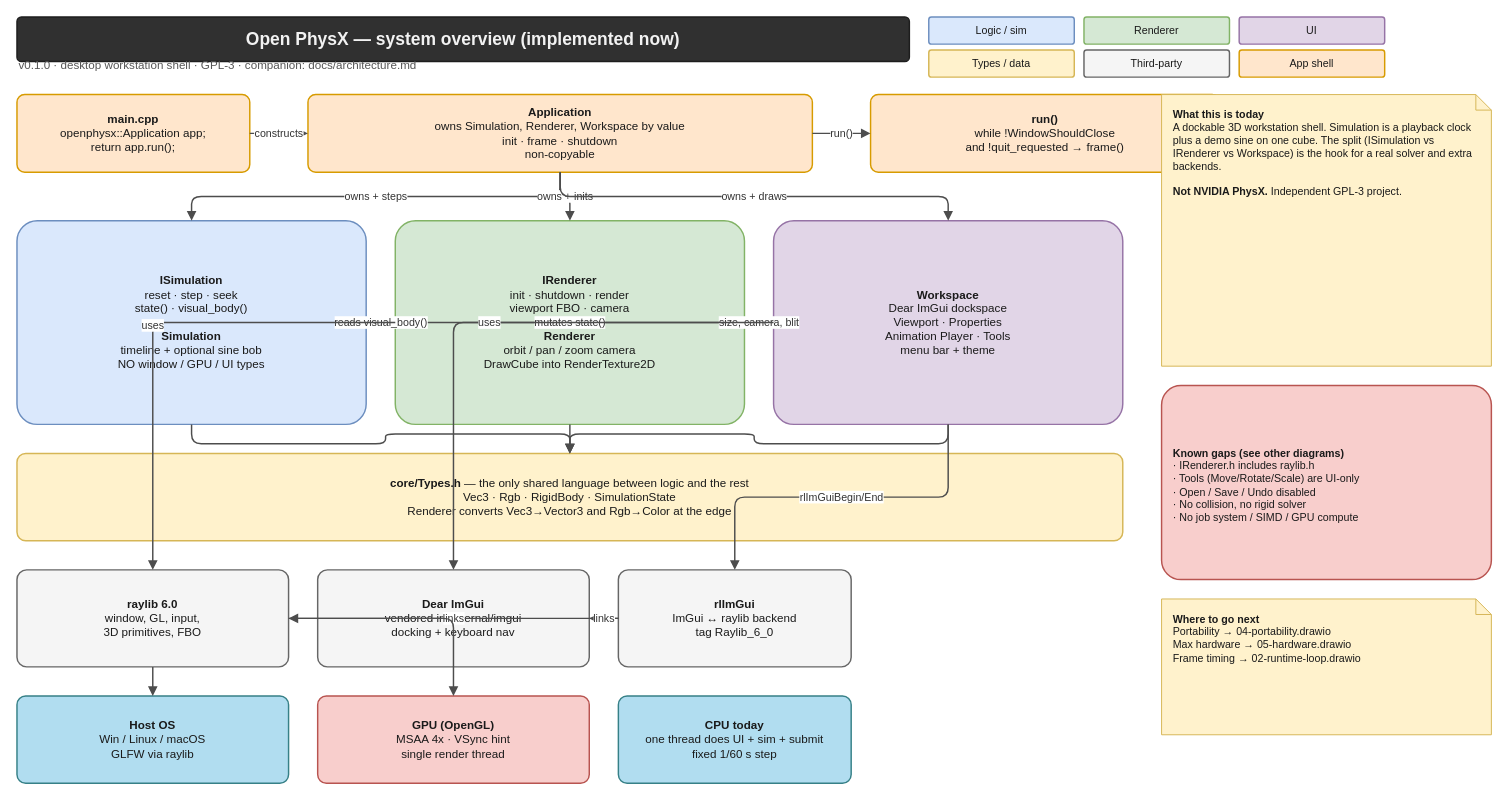
This is page "Overview" (1 of 3) of docs/diagrams/01-system-architecture.drawio from JCKawin/Open-PhysX, a draw.io file, before an edit. Source tidied: cells renumbered, new cells numbered last; positions are measured from the earlier drawing's top-left corner, leaving out a move shared by most shapes. Both pictures are drawn from the tidied source at 97%, with x=0, y=0 at pixel (16, 16).
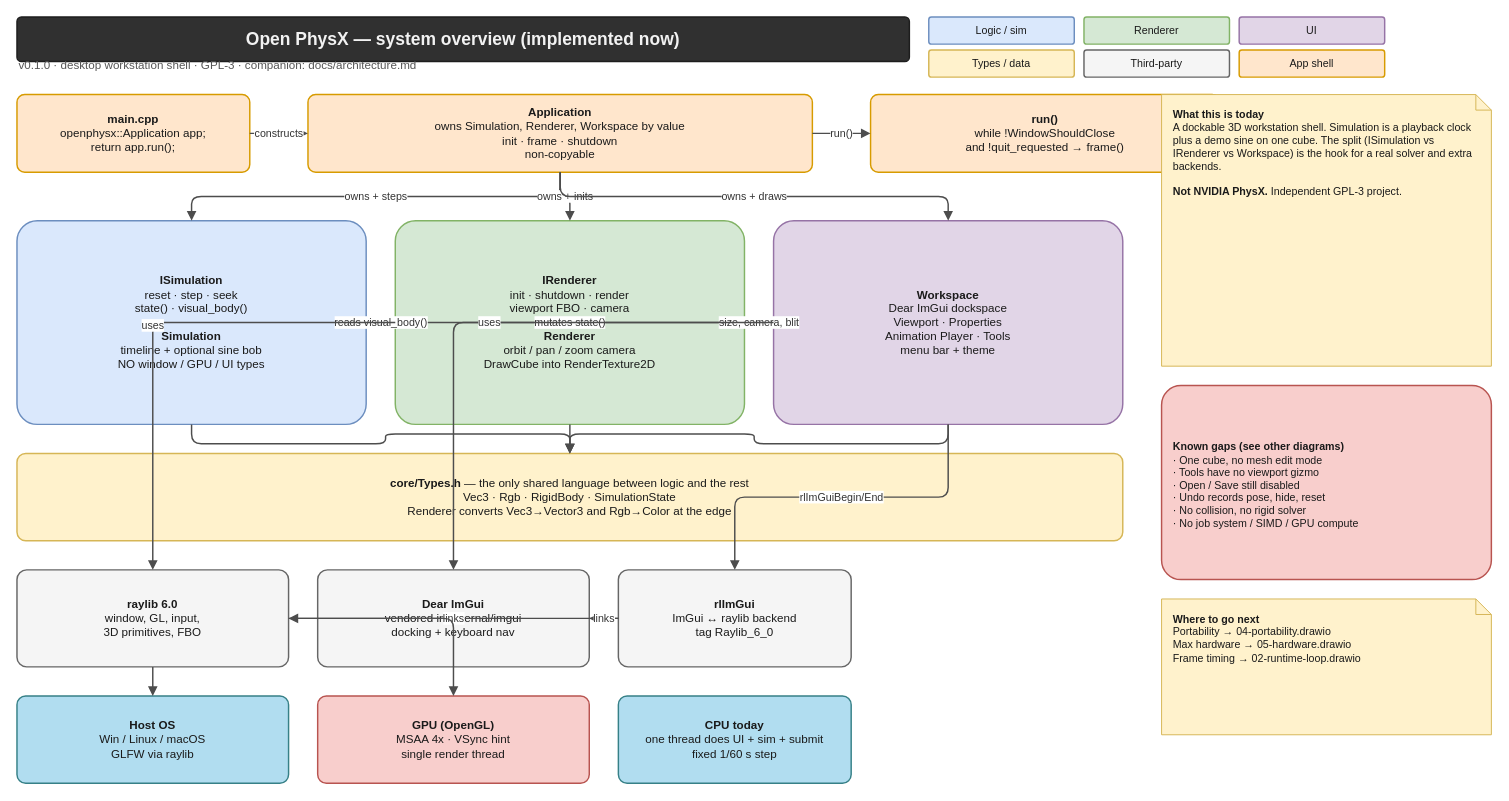
After the change.

The edit, as a diff of the source:
```diff
@@
-    <mxCell id="24" value="&lt;b&gt;Known gaps (see other diagrams)&lt;/b&gt;&lt;br&gt;· IRenderer.h includes raylib.h&lt;br&gt;· Tools (Move/Rotate/Scale) are UI-only&lt;br&gt;· Open / Save / Undo disabled&lt;br&gt;· No collision, no rigid solver&lt;br&gt;· No job system / SIMD / GPU compute" style="rounded=1;whiteSpace=wrap;html=1;align=center;verticalAlign=middle;fontFamily=Helvetica;fontSize=12;fontColor=#1A1A1A;strokeWidth=1.5;arcSize=10;fillColor=#F8CECC;strokeColor=#B85450;align=left;spacingLeft=10;spacingRight=8;spacingTop=6;fontSize=11;" parent="1" vertex="1">
+    <mxCell id="24" value="&lt;b&gt;Known gaps (see other diagrams)&lt;/b&gt;&lt;br&gt;· One cube, no mesh edit mode&lt;br&gt;· Tools have no viewport gizmo&lt;br&gt;· Open / Save still disabled&lt;br&gt;· Undo records pose, hide, reset&lt;br&gt;· No collision, no rigid solver&lt;br&gt;· No job system / SIMD / GPU compute" style="rounded=1;whiteSpace=wrap;html=1;align=center;verticalAlign=middle;fontFamily=Helvetica;fontSize=12;fontColor=#1A1A1A;strokeWidth=1.5;arcSize=10;fillColor=#F8CECC;strokeColor=#B85450;align=left;spacingLeft=10;spacingRight=8;spacingTop=6;fontSize=11;" parent="1" vertex="1">
       <mxGeometry x="1180" y="380" width="340" height="200" as="geometry" />
     </mxCell>
```
